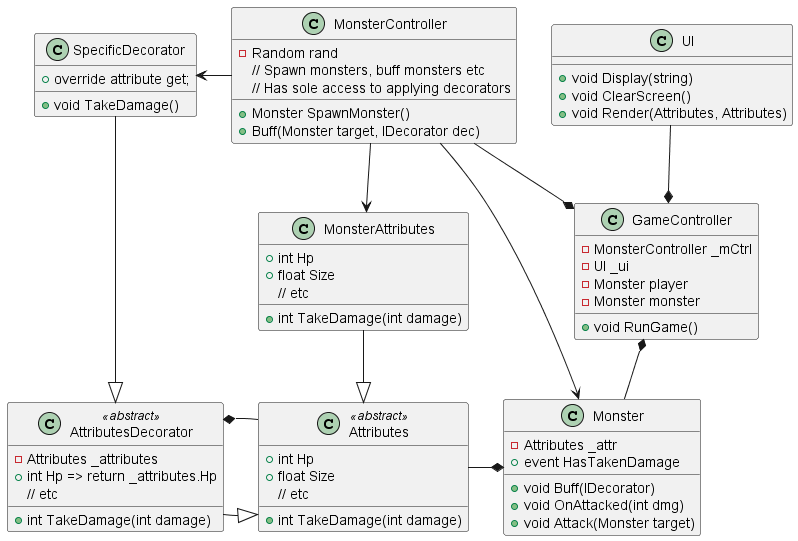
This is Docs/out/sample_cd/sample_cd.png from MarcinSzymanek/SD_Decorator, a PlantUML export, as it was before one commit.
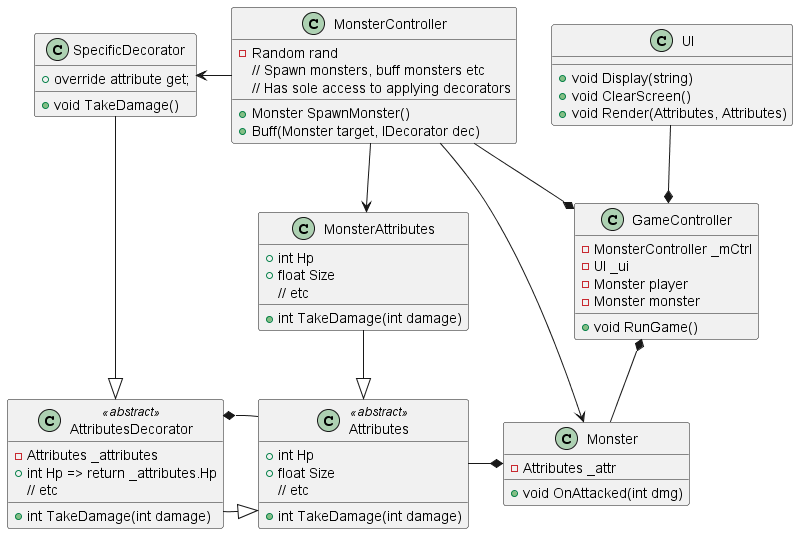
Above is the later version.

Change to the diagram source:
```diff
@@ -15,10 +15,7 @@
 
 class Monster{
     - Attributes _attr
-    + void Buff(IDecorator)
-    + event HasTakenDamage
     + void OnAttacked(int dmg)
-    + void Attack(Monster target)
 }
 
 class SpecificDecorator{
```
